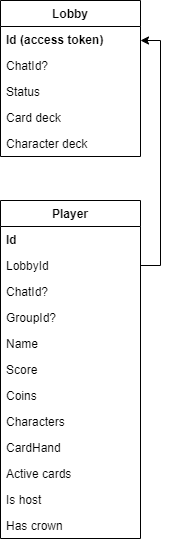
Above: docs/ER-diagram.png in AntonArtomovNM/KCAA (draw.io), before the change. Source tidied: cells renumbered, new cells last; positions are measured from the earlier drawing's top-left corner, leaving out a move shared by most shapes.
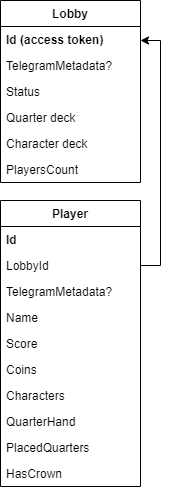
The same diagram one commit later.

The edit, as a diff of the source:
```diff
@@ -3,7 +3,7 @@
     <mxCell id="0" />
     <mxCell id="1" parent="0" />
     <mxCell id="2" value="Player" style="swimlane;fontStyle=1;horizontal=1;startSize=26;" parent="1" vertex="1">
-      <mxGeometry y="200" width="140" height="338" as="geometry" />
+      <mxGeometry y="200" width="140" height="286" as="geometry" />
     </mxCell>
     <mxCell id="3" value="Id" style="text;strokeColor=none;fillColor=none;align=left;verticalAlign=top;spacingLeft=4;spacingRight=4;overflow=hidden;fontStyle=1;" parent="2" vertex="1">
       <mxGeometry y="26" width="140" height="26" as="geometry" />
@@ -11,54 +11,51 @@
     <mxCell id="4" value="LobbyId" style="text;strokeColor=none;fillColor=none;align=left;verticalAlign=top;spacingLeft=4;spacingRight=4;overflow=hidden;points=[[0,0.5],[1,0.5]];portConstraint=eastwest;" parent="2" vertex="1">
       <mxGeometry y="52" width="140" height="26" as="geometry" />
     </mxCell>
-    <mxCell id="5" value="ChatId?" style="text;strokeColor=none;fillColor=none;align=left;verticalAlign=top;spacingLeft=4;spacingRight=4;overflow=hidden;" parent="2" vertex="1">
+    <mxCell id="5" value="TelegramMetadata?" style="text;strokeColor=none;fillColor=none;align=left;verticalAlign=top;spacingLeft=4;spacingRight=4;overflow=hidden;" parent="2" vertex="1">
       <mxGeometry y="78" width="140" height="26" as="geometry" />
     </mxCell>
-    <mxCell id="6" value="GroupId?" style="text;strokeColor=none;fillColor=none;align=left;verticalAlign=top;spacingLeft=4;spacingRight=4;overflow=hidden;" parent="2" vertex="1">
-      <mxGeometry y="104" width="140" height="26" as="geometry" />
-    </mxCell>
     <mxCell id="7" value="Name" style="text;strokeColor=none;fillColor=none;align=left;verticalAlign=top;spacingLeft=4;spacingRight=4;overflow=hidden;" parent="2" vertex="1">
-      <mxGeometry y="130" width="140" height="26" as="geometry" />
+      <mxGeometry y="104" width="140" height="26" as="geometry" />
     </mxCell>
     <mxCell id="8" value="Score" style="text;strokeColor=none;fillColor=none;align=left;verticalAlign=top;spacingLeft=4;spacingRight=4;overflow=hidden;" parent="2" vertex="1">
-      <mxGeometry y="156" width="140" height="26" as="geometry" />
+      <mxGeometry y="130" width="140" height="26" as="geometry" />
     </mxCell>
     <mxCell id="9" value="Coins" style="text;strokeColor=none;fillColor=none;align=left;verticalAlign=top;spacingLeft=4;spacingRight=4;overflow=hidden;" parent="2" vertex="1">
-      <mxGeometry y="182" width="140" height="26" as="geometry" />
+      <mxGeometry y="156" width="140" height="26" as="geometry" />
     </mxCell>
     <mxCell id="10" value="Characters" style="text;strokeColor=none;fillColor=none;align=left;verticalAlign=top;spacingLeft=4;spacingRight=4;overflow=hidden;" parent="2" vertex="1">
-      <mxGeometry y="208" width="140" height="26" as="geometry" />
+      <mxGeometry y="182" width="140" height="26" as="geometry" />
     </mxCell>
-    <mxCell id="11" value="CardHand" style="text;strokeColor=none;fillColor=none;align=left;verticalAlign=top;spacingLeft=4;spacingRight=4;overflow=hidden;" parent="2" vertex="1">
-      <mxGeometry y="234" width="140" height="26" as="geometry" />
+    <mxCell id="11" value="QuarterHand" style="text;strokeColor=none;fillColor=none;align=left;verticalAlign=top;spacingLeft=4;spacingRight=4;overflow=hidden;" parent="2" vertex="1">
+      <mxGeometry y="208" width="140" height="26" as="geometry" />
     </mxCell>
-    <mxCell id="12" value="Active cards" style="text;strokeColor=none;fillColor=none;align=left;verticalAlign=top;spacingLeft=4;spacingRight=4;overflow=hidden;" parent="2" vertex="1">
-      <mxGeometry y="260" width="140" height="26" as="geometry" />
+    <mxCell id="12" value="PlacedQuarters" style="text;strokeColor=none;fillColor=none;align=left;verticalAlign=top;spacingLeft=4;spacingRight=4;overflow=hidden;" parent="2" vertex="1">
+      <mxGeometry y="234" width="140" height="26" as="geometry" />
     </mxCell>
-    <mxCell id="13" value="Is host" style="text;strokeColor=none;fillColor=none;align=left;verticalAlign=top;spacingLeft=4;spacingRight=4;overflow=hidden;" parent="2" vertex="1">
-      <mxGeometry y="286" width="140" height="26" as="geometry" />
-    </mxCell>
-    <mxCell id="14" value="Has crown" style="text;strokeColor=none;fillColor=none;align=left;verticalAlign=top;spacingLeft=4;spacingRight=4;overflow=hidden;" parent="2" vertex="1">
-      <mxGeometry y="312" width="140" height="26" as="geometry" />
+    <mxCell id="14" value="HasCrown" style="text;strokeColor=none;fillColor=none;align=left;verticalAlign=top;spacingLeft=4;spacingRight=4;overflow=hidden;" parent="2" vertex="1">
+      <mxGeometry y="260" width="140" height="26" as="geometry" />
     </mxCell>
     <mxCell id="15" value="Lobby" style="swimlane;fontStyle=1;horizontal=1;startSize=26;" parent="1" vertex="1">
-      <mxGeometry width="140" height="156" as="geometry" />
+      <mxGeometry width="140" height="182" as="geometry" />
     </mxCell>
     <mxCell id="16" value="Id (access token)" style="text;strokeColor=none;fillColor=none;align=left;verticalAlign=top;spacingLeft=4;spacingRight=4;overflow=hidden;fontStyle=1;" parent="15" vertex="1">
       <mxGeometry y="26" width="140" height="26" as="geometry" />
     </mxCell>
-    <mxCell id="17" value="ChatId?" style="text;strokeColor=none;fillColor=none;align=left;verticalAlign=top;spacingLeft=4;spacingRight=4;overflow=hidden;" parent="15" vertex="1">
+    <mxCell id="17" value="TelegramMetadata?" style="text;strokeColor=none;fillColor=none;align=left;verticalAlign=top;spacingLeft=4;spacingRight=4;overflow=hidden;" parent="15" vertex="1">
       <mxGeometry y="52" width="140" height="26" as="geometry" />
     </mxCell>
     <mxCell id="18" value="Status" style="text;strokeColor=none;fillColor=none;align=left;verticalAlign=top;spacingLeft=4;spacingRight=4;overflow=hidden;" parent="15" vertex="1">
       <mxGeometry y="78" width="140" height="26" as="geometry" />
     </mxCell>
-    <mxCell id="19" value="Card deck" style="text;strokeColor=none;fillColor=none;align=left;verticalAlign=top;spacingLeft=4;spacingRight=4;overflow=hidden;" parent="15" vertex="1">
+    <mxCell id="19" value="Quarter deck" style="text;strokeColor=none;fillColor=none;align=left;verticalAlign=top;spacingLeft=4;spacingRight=4;overflow=hidden;" parent="15" vertex="1">
       <mxGeometry y="104" width="140" height="26" as="geometry" />
     </mxCell>
     <mxCell id="20" value="Character deck" style="text;strokeColor=none;fillColor=none;align=left;verticalAlign=top;spacingLeft=4;spacingRight=4;overflow=hidden;" parent="15" vertex="1">
       <mxGeometry y="130" width="140" height="26" as="geometry" />
     </mxCell>
+    <mxCell id="22" value="PlayersCount" style="text;strokeColor=none;fillColor=none;align=left;verticalAlign=top;spacingLeft=4;spacingRight=4;overflow=hidden;" parent="15" vertex="1">
+      <mxGeometry y="156" width="140" height="26" as="geometry" />
+    </mxCell>
     <mxCell id="21" style="edgeStyle=orthogonalEdgeStyle;rounded=0;jettySize=auto;html=1;startArrow=classic;startFill=1;endArrow=none;endFill=0;entryX=1;entryY=0.5;entryDx=0;entryDy=0;" parent="1" edge="1" target="4">
       <mxGeometry relative="1" as="geometry">
         <mxPoint x="140" y="40" as="sourcePoint" />
```
